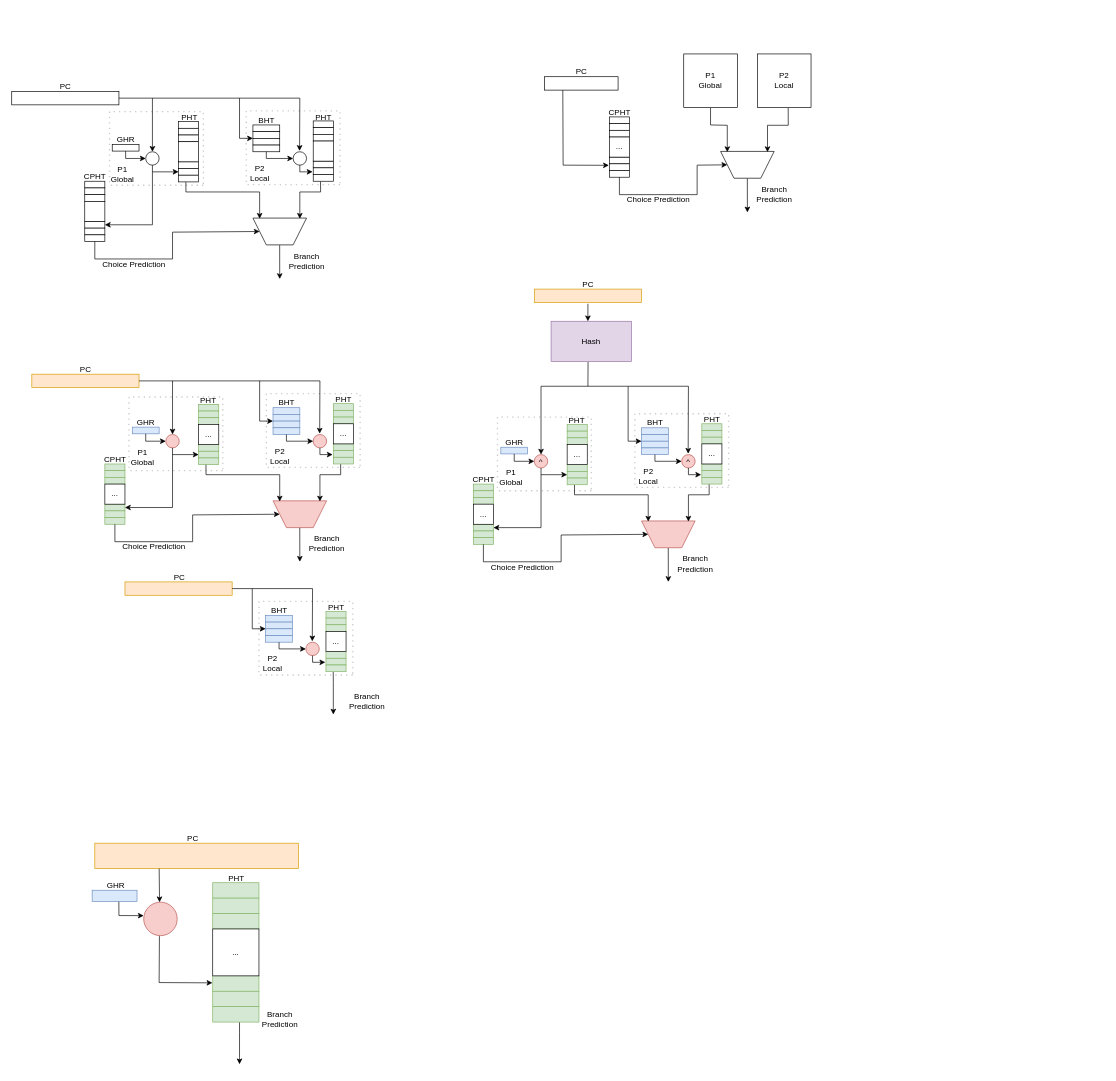
Earlier version of the draw.io diagram page "分支预测" (8 of 8) of 五级流水.drawio (ZPNMiaoHeng/drawioFolder). Source tidied: cells renumbered, new cells numbered last; positions are measured from the earlier drawing's top-left corner, leaving out a move shared by most shapes. Both pictures are drawn from the tidied source at 67%, with x=0, y=0 at pixel (11, 54).
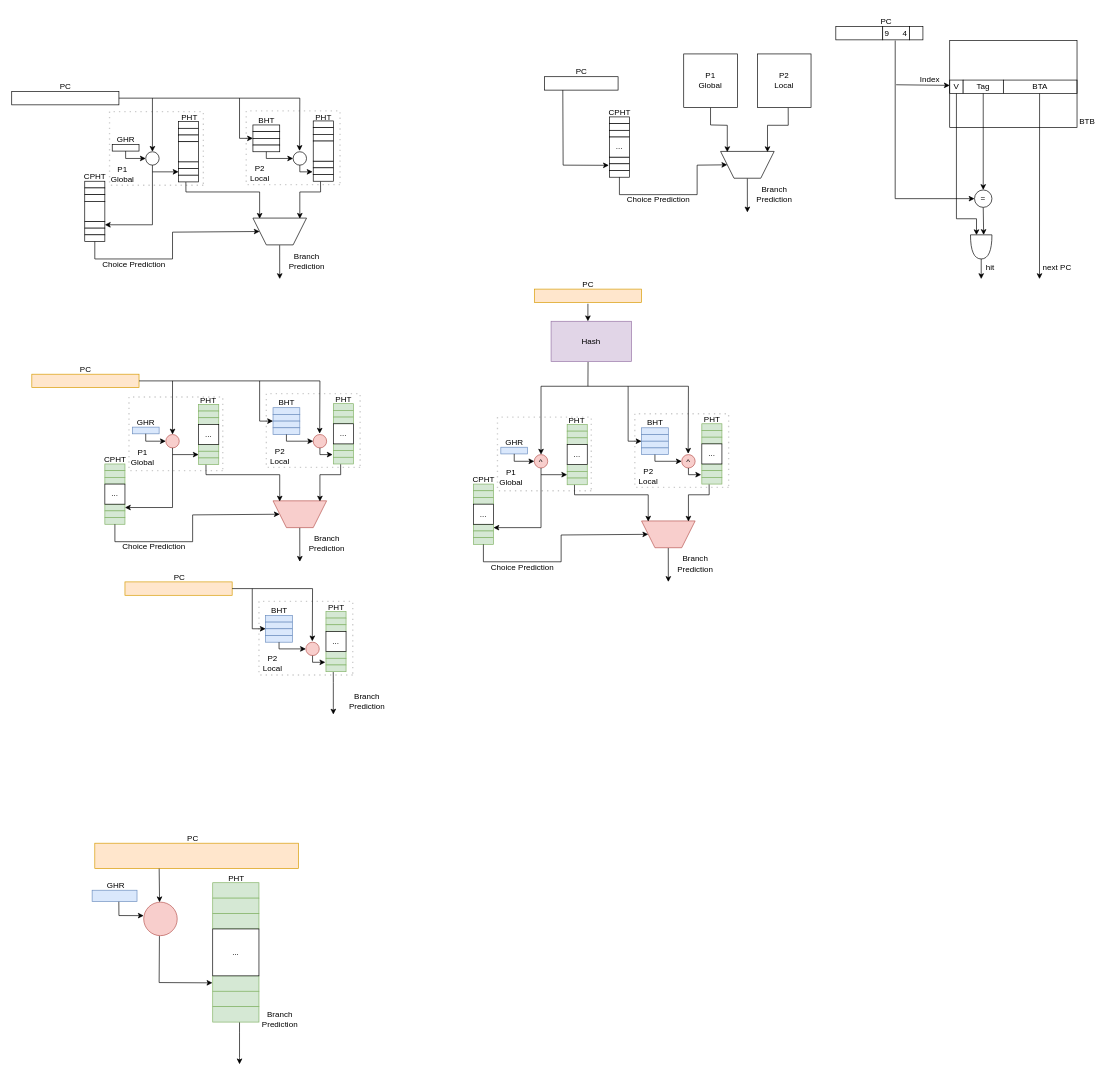
After the change.

Commit message (it also covers changes not shown here):
更新五级流水.drawio

The edit, as a diff of the source:
```diff
@@
+    <mxCell id="228" value="V" style="rounded=0;whiteSpace=wrap;html=1;" parent="1" vertex="1">
+      <mxGeometry x="1400" y="39" width="20" height="20" as="geometry" />
+    </mxCell>
+    <mxCell id="229" value="Tag" style="rounded=0;whiteSpace=wrap;html=1;" parent="1" vertex="1">
+      <mxGeometry x="1420" y="39" width="60" height="20" as="geometry" />
+    </mxCell>
+    <mxCell id="230" value="BTA" style="rounded=0;whiteSpace=wrap;html=1;" parent="1" vertex="1">
+      <mxGeometry x="1480" y="39" width="110" height="20" as="geometry" />
+    </mxCell>
+    <mxCell id="231" style="rounded=0;whiteSpace=wrap;html=1;fillColor=none;" parent="1" vertex="1">
+      <mxGeometry x="1400" y="-20" width="190" height="130" as="geometry" />
+    </mxCell>
+    <mxCell id="232" value="BTB" style="text;html=1;align=center;verticalAlign=middle;strokeColor=none;fillColor=none;" parent="1" vertex="1">
+      <mxGeometry x="1580" y="86" width="50" height="30" as="geometry" />
+    </mxCell>
+    <mxCell id="233" style="rounded=0;whiteSpace=wrap;html=1;" parent="1" vertex="1">
+      <mxGeometry x="1230" y="-41" width="70" height="20" as="geometry" />
+    </mxCell>
+    <mxCell id="234" value="PC" style="text;html=1;align=center;verticalAlign=middle;strokeColor=none;fillColor=none;" parent="1" vertex="1">
+      <mxGeometry x="1285" y="-63" width="40" height="30" as="geometry" />
+    </mxCell>
+    <mxCell id="235" style="edgeStyle=orthogonalEdgeStyle;rounded=0;jettySize=auto;html=1;entryX=0;entryY=0.5;entryDx=0;entryDy=0;exitX=0.466;exitY=1.052;exitDx=0;exitDy=0;exitPerimeter=0;" parent="1" edge="1" source="236" target="244">
+      <mxGeometry relative="1" as="geometry" />
+    </mxCell>
+    <mxCell id="236" value="9&amp;nbsp; &amp;nbsp; &amp;nbsp; 4" style="rounded=0;whiteSpace=wrap;html=1;" parent="1" vertex="1">
+      <mxGeometry x="1300" y="-41" width="40" height="20" as="geometry" />
+    </mxCell>
+    <mxCell id="237" style="rounded=0;whiteSpace=wrap;html=1;" parent="1" vertex="1">
+      <mxGeometry x="1340" y="-41" width="20" height="20" as="geometry" />
+    </mxCell>
+    <mxCell id="238" style="endArrow=classic;html=1;rounded=0;entryX=0;entryY=0.515;entryDx=0;entryDy=0;entryPerimeter=0;" parent="1" edge="1" target="231">
+      <mxGeometry relative="1" as="geometry">
+        <mxPoint x="1320" y="46" as="sourcePoint" />
+      </mxGeometry>
+    </mxCell>
+    <mxCell id="239" value="Index" style="text;html=1;align=center;verticalAlign=middle;strokeColor=none;fillColor=none;" parent="1" vertex="1">
+      <mxGeometry x="1345" y="24" width="50" height="30" as="geometry" />
+    </mxCell>
+    <mxCell id="240" style="endArrow=classic;html=1;rounded=0;exitX=0.5;exitY=1;exitDx=0;exitDy=0;entryX=0.5;entryY=0;entryDx=0;entryDy=0;" parent="1" edge="1" source="229" target="244">
+      <mxGeometry relative="1" as="geometry" />
+    </mxCell>
+    <mxCell id="241" style="endArrow=classic;html=1;rounded=0;exitX=0.5;exitY=1;exitDx=0;exitDy=0;entryX=0.012;entryY=0.721;entryDx=0;entryDy=0;entryPerimeter=0;" parent="1" edge="1" source="228" target="245">
+      <mxGeometry relative="1" as="geometry">
+        <Array as="points">
+          <mxPoint x="1410" y="246" />
+          <mxPoint x="1440" y="246" />
+        </Array>
+      </mxGeometry>
+    </mxCell>
+    <mxCell id="242" style="endArrow=classic;html=1;rounded=0;exitX=0.5;exitY=1;exitDx=0;exitDy=0;entryX=0.004;entryY=0.386;entryDx=0;entryDy=0;entryPerimeter=0;" parent="1" edge="1" source="244" target="245">
+      <mxGeometry relative="1" as="geometry" />
+    </mxCell>
+    <mxCell id="243" style="endArrow=classic;html=1;rounded=0;exitX=0.492;exitY=1.008;exitDx=0;exitDy=0;exitPerimeter=0;" parent="1" edge="1" source="230">
+      <mxGeometry relative="1" as="geometry">
+        <mxPoint x="1534" y="336" as="targetPoint" />
+      </mxGeometry>
+    </mxCell>
+    <mxCell id="244" value="=" style="ellipse;whiteSpace=wrap;html=1;" parent="1" vertex="1">
+      <mxGeometry x="1437" y="203" width="26" height="26" as="geometry" />
+    </mxCell>
+    <mxCell id="245" style="shape=or;whiteSpace=wrap;html=1;direction=south;" parent="1" vertex="1">
+      <mxGeometry x="1431" y="270" width="32" height="36" as="geometry" />
+    </mxCell>
+    <mxCell id="246" style="endArrow=classic;html=1;rounded=0;exitX=1;exitY=0.5;exitDx=0;exitDy=0;exitPerimeter=0;" parent="1" edge="1" source="245">
+      <mxGeometry relative="1" as="geometry">
+        <mxPoint x="1447" y="336" as="targetPoint" />
+      </mxGeometry>
+    </mxCell>
+    <mxCell id="247" value="hit" style="text;html=1;align=center;verticalAlign=middle;strokeColor=none;fillColor=none;" parent="1" vertex="1">
+      <mxGeometry x="1440" y="304" width="40" height="30" as="geometry" />
+    </mxCell>
+    <mxCell id="248" value="next PC" style="text;html=1;align=center;verticalAlign=middle;strokeColor=none;fillColor=none;" parent="1" vertex="1">
+      <mxGeometry x="1525" y="304" width="70" height="30" as="geometry" />
+    </mxCell>
```
